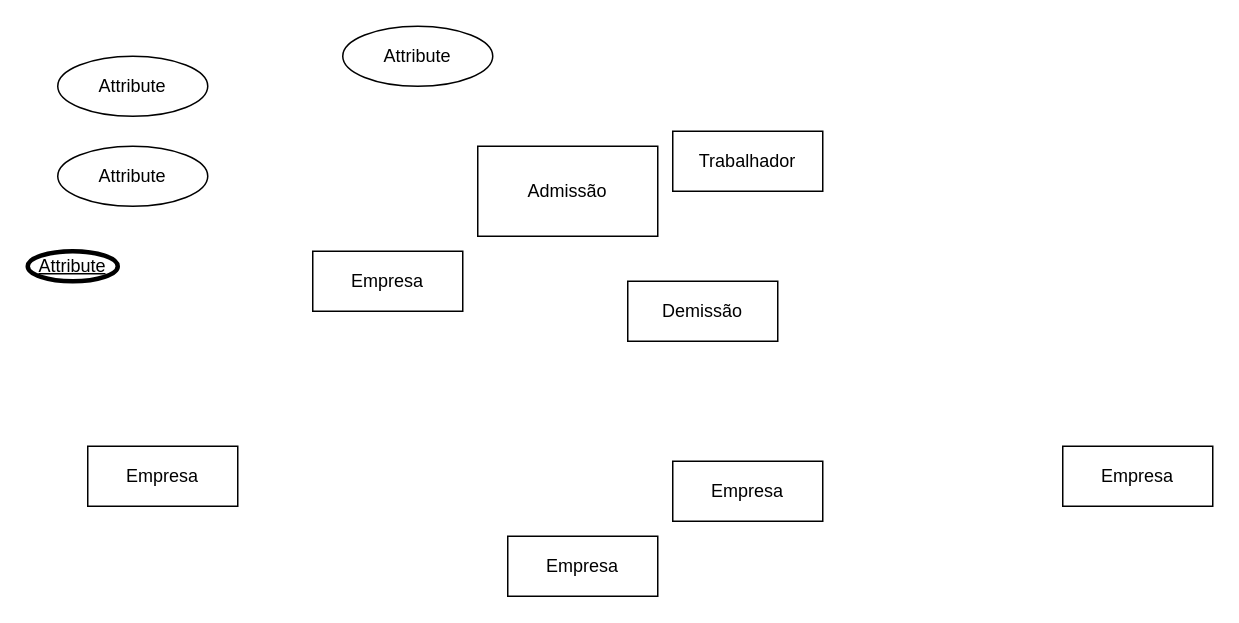
The draw.io diagram Diagrama sem nome.drawio in Igao2/Igao2, before the edit. Source tidied: cells renumbered, new cells numbered last; positions are measured from the earlier drawing's top-left corner, leaving out a move shared by most shapes. Both pictures are drawn from the tidied source at 150%, with x=0, y=0 at pixel (27, 26).
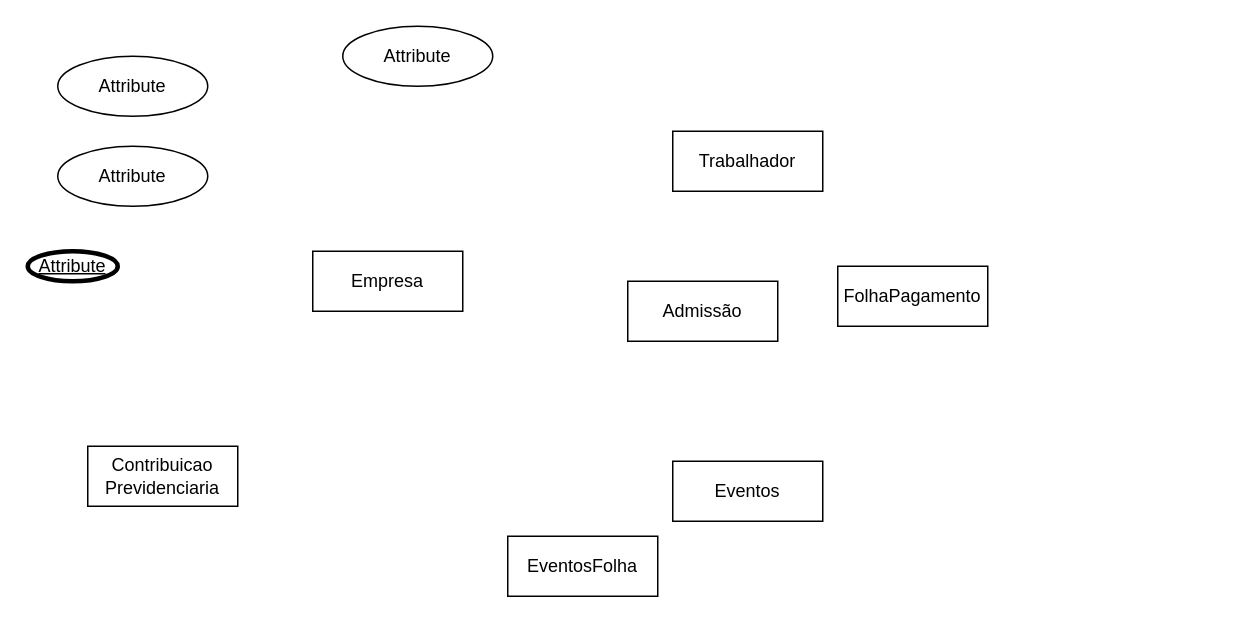
Above is the later version.

Change to the diagram source:
```diff
@@
 <mxGraphModel>
   <root>
     <mxCell id="0" />
     <mxCell id="1" parent="0" />
     <mxCell id="2" value="Empresa&lt;br&gt;" style="whiteSpace=wrap;html=1;align=center;" parent="1" vertex="1">
       <mxGeometry x="190" y="150" width="100" height="40" as="geometry" />
     </mxCell>
     <mxCell id="3" value="Attribute" style="ellipse;whiteSpace=wrap;html=1;align=center;" parent="1" vertex="1">
       <mxGeometry x="210" width="100" height="40" as="geometry" />
     </mxCell>
     <mxCell id="4" value="Attribute" style="ellipse;whiteSpace=wrap;html=1;align=center;" parent="1" vertex="1">
       <mxGeometry x="20" y="20" width="100" height="40" as="geometry" />
     </mxCell>
     <mxCell id="5" value="Attribute" style="ellipse;whiteSpace=wrap;html=1;align=center;" parent="1" vertex="1">
       <mxGeometry x="20" y="80" width="100" height="40" as="geometry" />
     </mxCell>
     <mxCell id="6" value="Attribute" style="ellipse;whiteSpace=wrap;html=1;align=center;fontStyle=4;strokeWidth=3;" parent="1" vertex="1">
       <mxGeometry y="150" width="60" height="20" as="geometry" />
     </mxCell>
-    <mxCell id="7" value="Demissão" style="whiteSpace=wrap;html=1;align=center;" parent="1" vertex="1">
+    <mxCell id="7" value="Admissão" style="whiteSpace=wrap;html=1;align=center;" parent="1" vertex="1">
       <mxGeometry x="400" y="170" width="100" height="40" as="geometry" />
     </mxCell>
-    <mxCell id="8" value="Empresa&lt;br&gt;" style="whiteSpace=wrap;html=1;align=center;" parent="1" vertex="1">
+    <mxCell id="8" value="Eventos" style="whiteSpace=wrap;html=1;align=center;" parent="1" vertex="1">
       <mxGeometry x="430" y="290" width="100" height="40" as="geometry" />
     </mxCell>
-    <mxCell id="9" value="Empresa&lt;br&gt;" style="whiteSpace=wrap;html=1;align=center;" parent="1" vertex="1">
+    <mxCell id="9" value="EventosFolha" style="whiteSpace=wrap;html=1;align=center;" parent="1" vertex="1">
       <mxGeometry x="320" y="340" width="100" height="40" as="geometry" />
     </mxCell>
     <mxCell id="10" value="Trabalhador&lt;br&gt;" style="whiteSpace=wrap;html=1;align=center;" parent="1" vertex="1">
       <mxGeometry x="430" y="70" width="100" height="40" as="geometry" />
     </mxCell>
-    <mxCell id="11" value="Empresa&lt;br&gt;" style="whiteSpace=wrap;html=1;align=center;" parent="1" vertex="1">
-      <mxGeometry x="690" y="280" width="100" height="40" as="geometry" />
+    <mxCell id="11" value="FolhaPagamento" style="whiteSpace=wrap;html=1;align=center;" parent="1" vertex="1">
+      <mxGeometry x="540" y="160" width="100" height="40" as="geometry" />
     </mxCell>
-    <mxCell id="12" value="Empresa&lt;br&gt;" style="whiteSpace=wrap;html=1;align=center;" parent="1" vertex="1">
+    <mxCell id="12" value="Contribuicao&lt;br&gt;Previdenciaria" style="whiteSpace=wrap;html=1;align=center;" parent="1" vertex="1">
       <mxGeometry x="40" y="280" width="100" height="40" as="geometry" />
     </mxCell>
-    <mxCell id="13" value="Admissão" style="rounded=0;whiteSpace=wrap;html=1;" parent="1" vertex="1">
-      <mxGeometry x="300" y="80" width="120" height="60" as="geometry" />
-    </mxCell>
   </root>
 </mxGraphModel>
```
